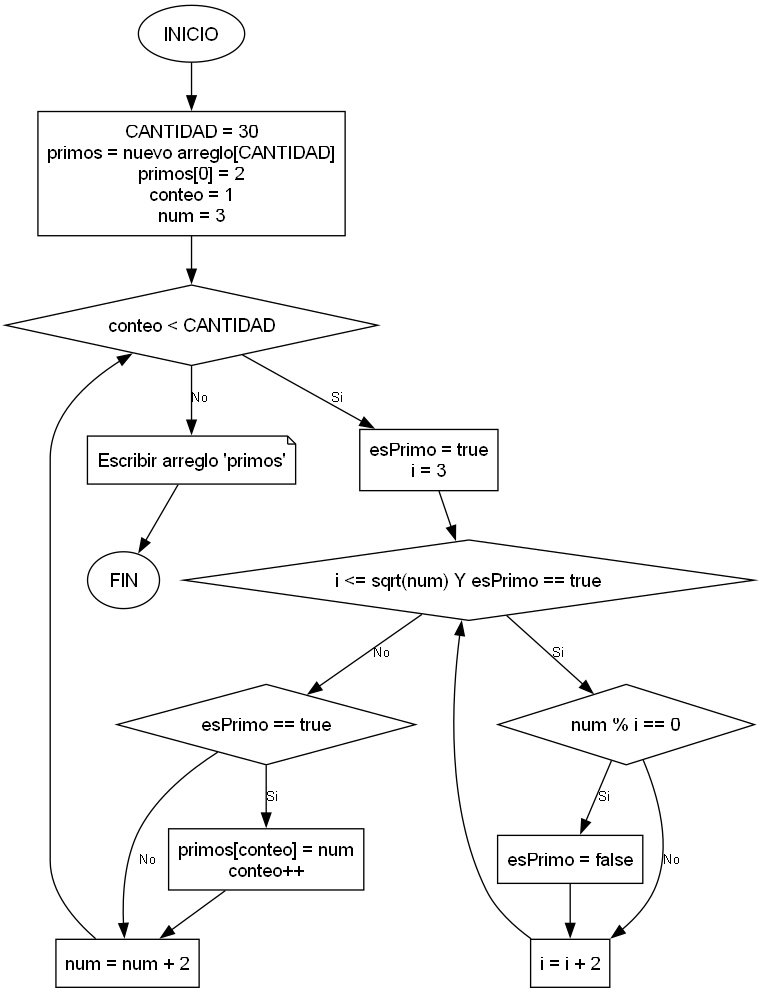
This is Ejercicios/Problema_4_4/Diagrama/Problema_4_4.png from 23Leilany166/java-tutor-tics, a Graphviz export, as it was before one commit. Its source is kept beside it as Ejercicios/Problema_4_4/Diagrama/Problema_4_4.dot.
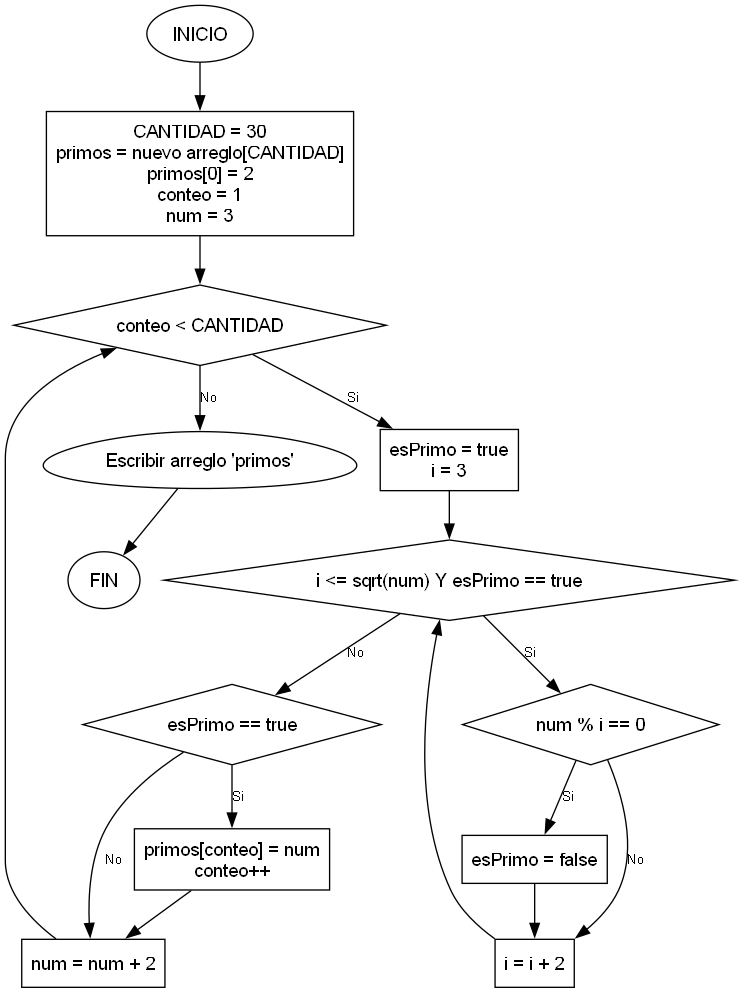
The same diagram one commit later.

Change to the diagram source:
```diff
@@ -14,7 +14,7 @@
     COND_ESPRIMO_V [shape=diamond, label="esPrimo == true"];
     GUARDAR_PRIMO [label="primos[conteo] = num\nconteo++"];
     INC_NUM [label="num = num + 2"];
-    IMPRIMIR [shape=note, label="Escribir arreglo 'primos'"];
+    IMPRIMIR [shape=egg, label="Escribir arreglo 'primos'"];
     FIN [shape=ellipse, label="FIN"];
 
     INICIO -> INIT_VARS -> BUCLE_CONTEO;
```
